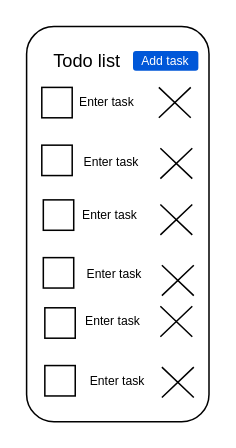
Earlier version of the draw.io diagram todo.drawio (MAL-12DGT-2025/create-a-todo-list-using-tkinter-oa22010). Source tidied: cells renumbered, new cells numbered last; positions are measured from the earlier drawing's top-left corner, leaving out a move shared by most shapes. Both pictures are drawn from the tidied source at 152%, with x=0, y=0 at pixel (26, 26).
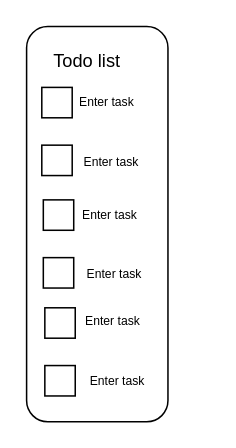
Above is the later version.

Commit message:
Followed sir's instructions

What changed in the source:
```diff
@@
     <mxCell id="2" style="rounded=1;whiteSpace=wrap;html=1;" parent="1" vertex="1">
-      <mxGeometry width="120" height="260" as="geometry" />
+      <mxGeometry width="93" height="260" as="geometry" />
     </mxCell>
@@
-    <mxCell id="16" style="shape=mxgraph.sysml.x;" parent="1" vertex="1">
-      <mxGeometry x="87" y="40" width="21" height="20" as="geometry" />
-    </mxCell>
-    <mxCell id="17" style="shape=mxgraph.sysml.x;" parent="1" vertex="1">
-      <mxGeometry x="88" y="80" width="21" height="20" as="geometry" />
-    </mxCell>
-    <mxCell id="18" style="shape=mxgraph.sysml.x;" parent="1" vertex="1">
-      <mxGeometry x="88" y="117" width="21" height="20" as="geometry" />
-    </mxCell>
-    <mxCell id="19" style="shape=mxgraph.sysml.x;" parent="1" vertex="1">
-      <mxGeometry x="89" y="157" width="21" height="20" as="geometry" />
-    </mxCell>
-    <mxCell id="20" style="shape=mxgraph.sysml.x;" parent="1" vertex="1">
-      <mxGeometry x="88" y="184" width="21" height="20" as="geometry" />
-    </mxCell>
-    <mxCell id="21" style="shape=mxgraph.sysml.x;" parent="1" vertex="1">
-      <mxGeometry x="89" y="224" width="21" height="20" as="geometry" />
-    </mxCell>
-    <mxCell id="22" value="Add task" style="rounded=1;fillColor=#0057D8;strokeColor=none;html=1;whiteSpace=wrap;fontColor=#ffffff;align=center;verticalAlign=middle;fontStyle=0;fontSize=8;sketch=0;" parent="1" vertex="1">
-      <mxGeometry x="70" y="16" width="43" height="13" as="geometry" />
-    </mxCell>
```
